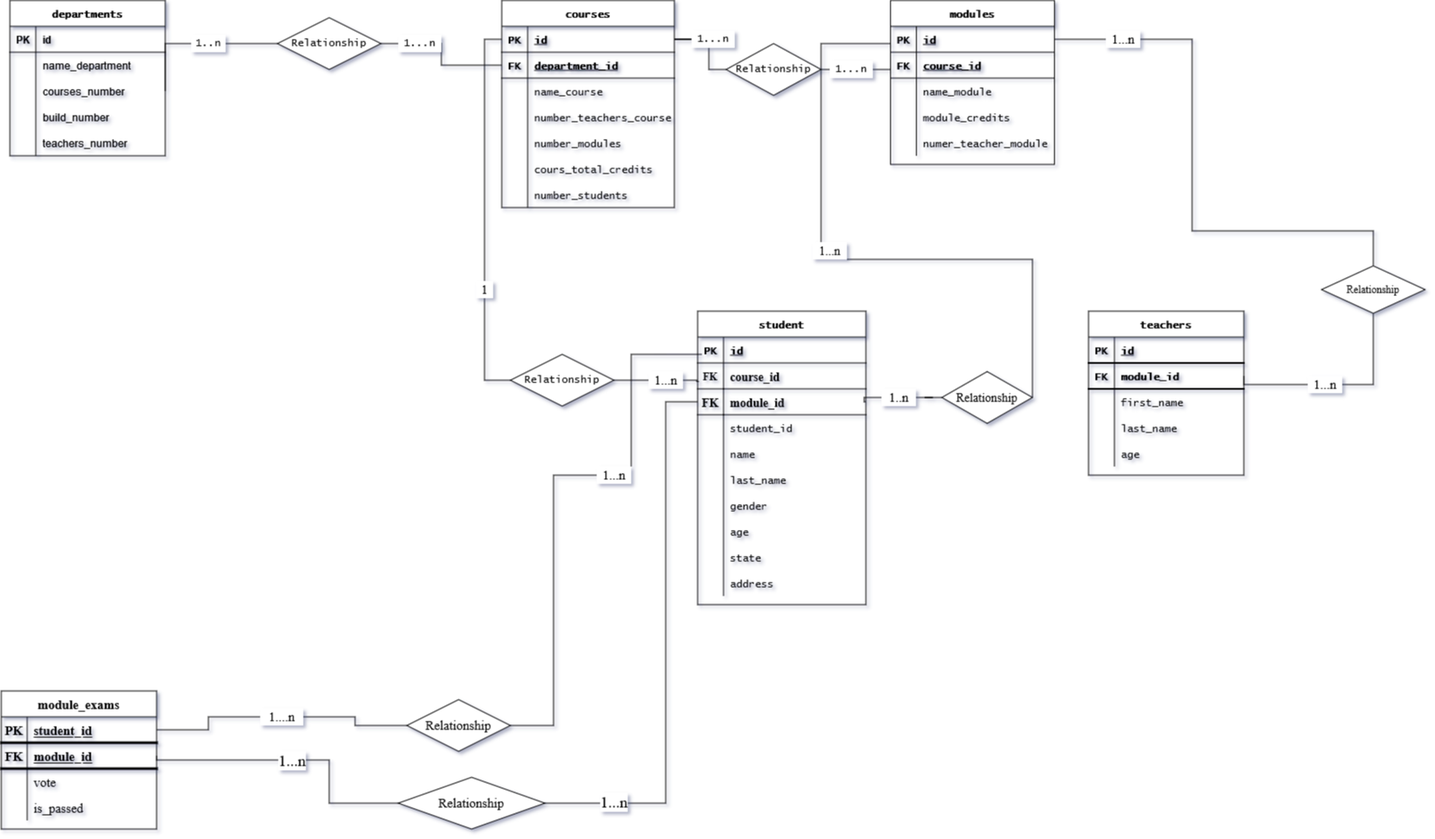
dona70909/db-university keeps this draw.io diagram as img/uni_db.png. Above is the earlier version. Source tidied: cells renumbered, new cells last; positions are measured from the earlier drawing's top-left corner, leaving out a move shared by most shapes.
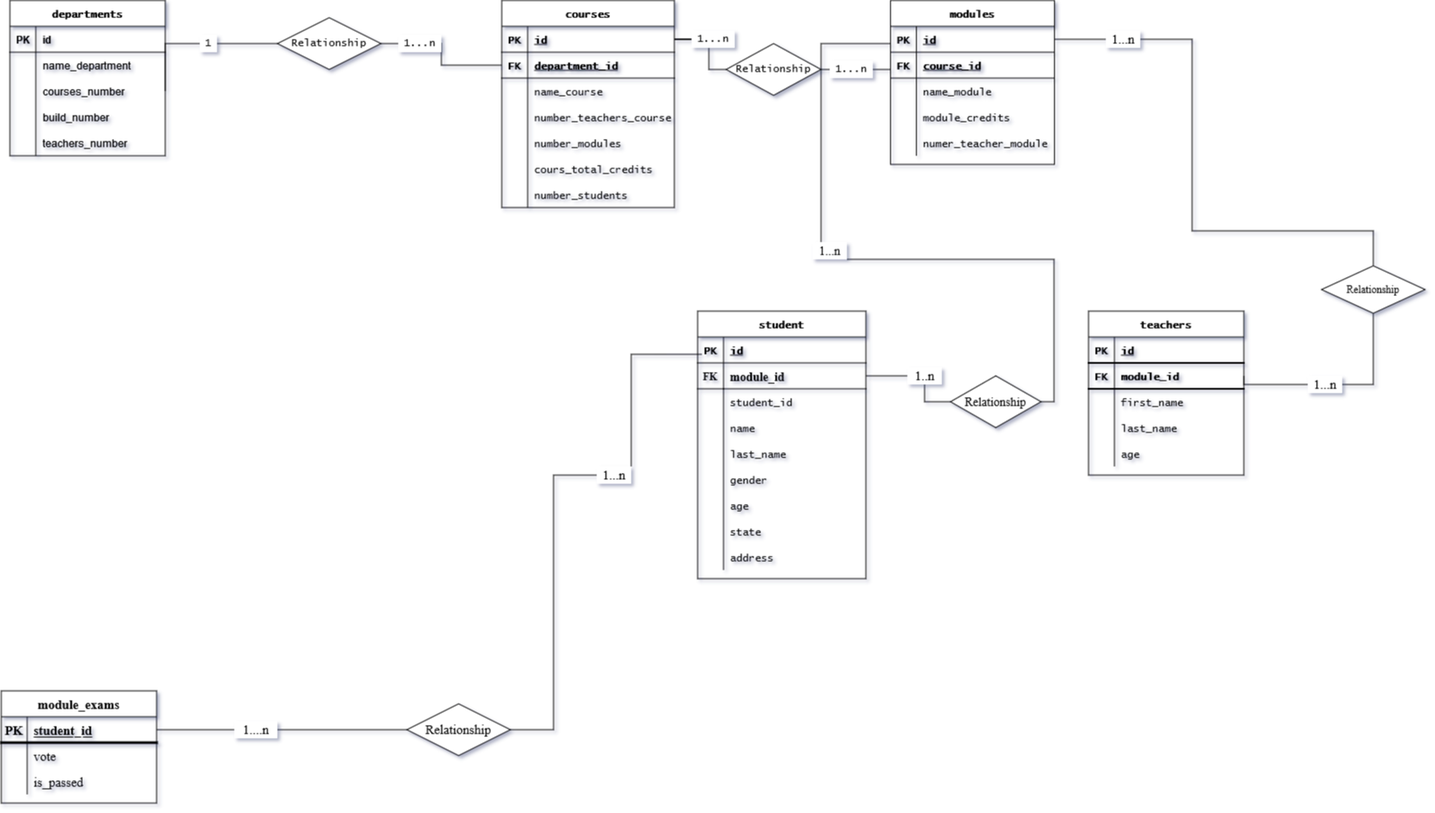
Later version of the same file.

The edit, as a diff of the source:
```diff
@@ -247,3 +247,3 @@
     <mxCell id="80" value="student" style="shape=table;startSize=30;rowLines=0;fontStyle=1;align=center;labelBackgroundColor=none;labelBorderColor=none;sketch=0;fontFamily=Lucida Console;strokeWidth=1;html=0;" parent="1" vertex="1">
-      <mxGeometry x="807" y="360" width="195" height="340" as="geometry" />
+      <mxGeometry x="807" y="360" width="195" height="310" as="geometry" />
     </mxCell>
@@ -264,16 +264,7 @@
     </mxCell>
-    <mxCell id="86" value="course_id" style="shape=partialRectangle;fillColor=none;top=0;left=0;bottom=1;right=0;align=left;spacingLeft=6;overflow=hidden;labelBackgroundColor=none;labelBorderColor=none;sketch=0;fontFamily=Times New Roman;strokeWidth=1;html=0;fontStyle=1;fontSize=14;" parent="84" vertex="1">
+    <mxCell id="86" value="module_id" style="shape=partialRectangle;fillColor=none;top=0;left=0;bottom=1;right=0;align=left;spacingLeft=6;overflow=hidden;labelBackgroundColor=none;labelBorderColor=none;sketch=0;fontFamily=Times New Roman;strokeWidth=1;html=0;fontStyle=1;fontSize=14;" parent="84" vertex="1">
       <mxGeometry x="30" width="165" height="30" as="geometry" />
     </mxCell>
-    <mxCell id="87" style="shape=tableRow;horizontal=0;startSize=0;swimlaneHead=0;swimlaneBody=0;fillColor=none;points=[[0,0.5],[1,0.5]];portConstraint=eastwest;top=0;left=0;right=0;bottom=0;labelBackgroundColor=none;labelBorderColor=none;sketch=0;fontFamily=Lucida Console;strokeWidth=1;html=0;" parent="80" vertex="1">
-      <mxGeometry y="90" width="195" height="30" as="geometry" />
-    </mxCell>
-    <mxCell id="88" value="FK" style="shape=partialRectangle;fillColor=none;top=0;left=0;bottom=1;right=0;overflow=hidden;labelBackgroundColor=none;labelBorderColor=none;sketch=0;fontFamily=Times New Roman;strokeWidth=1;html=0;fontSize=14;fontStyle=1;" parent="87" vertex="1">
-      <mxGeometry width="30" height="30" as="geometry" />
-    </mxCell>
-    <mxCell id="89" value="module_id" style="shape=partialRectangle;fillColor=none;top=0;left=0;bottom=1;right=0;align=left;spacingLeft=6;overflow=hidden;labelBackgroundColor=none;labelBorderColor=none;sketch=0;fontFamily=Times New Roman;strokeWidth=1;html=0;fontStyle=1;fontSize=14;" parent="87" vertex="1">
-      <mxGeometry x="30" width="165" height="30" as="geometry" />
-    </mxCell>
     <mxCell id="90" style="shape=tableRow;horizontal=0;startSize=0;swimlaneHead=0;swimlaneBody=0;fillColor=none;top=0;left=0;right=0;bottom=0;labelBackgroundColor=none;labelBorderColor=none;sketch=0;fontFamily=Lucida Console;strokeWidth=1;html=0;" parent="80" vertex="1">
-      <mxGeometry y="120" width="195" height="30" as="geometry" />
+      <mxGeometry y="90" width="195" height="30" as="geometry" />
     </mxCell>
@@ -286,3 +277,3 @@
     <mxCell id="93" style="shape=tableRow;horizontal=0;startSize=0;swimlaneHead=0;swimlaneBody=0;fillColor=none;top=0;left=0;right=0;bottom=0;labelBackgroundColor=none;labelBorderColor=none;sketch=0;fontFamily=Lucida Console;strokeWidth=1;html=0;" parent="80" vertex="1">
-      <mxGeometry y="150" width="195" height="30" as="geometry" />
+      <mxGeometry y="120" width="195" height="30" as="geometry" />
     </mxCell>
@@ -295,3 +286,3 @@
     <mxCell id="96" style="shape=tableRow;horizontal=0;startSize=0;swimlaneHead=0;swimlaneBody=0;fillColor=none;top=0;left=0;right=0;bottom=0;labelBackgroundColor=none;labelBorderColor=none;sketch=0;fontFamily=Lucida Console;strokeWidth=1;html=0;" parent="80" vertex="1">
-      <mxGeometry y="180" width="195" height="30" as="geometry" />
+      <mxGeometry y="150" width="195" height="30" as="geometry" />
     </mxCell>
@@ -304,3 +295,3 @@
     <mxCell id="99" style="shape=tableRow;horizontal=0;startSize=0;swimlaneHead=0;swimlaneBody=0;fillColor=none;top=0;left=0;right=0;bottom=0;labelBackgroundColor=none;labelBorderColor=none;sketch=0;fontFamily=Lucida Console;strokeWidth=1;html=0;" parent="80" vertex="1">
-      <mxGeometry y="210" width="195" height="30" as="geometry" />
+      <mxGeometry y="180" width="195" height="30" as="geometry" />
     </mxCell>
@@ -313,3 +304,3 @@
     <mxCell id="102" style="shape=tableRow;horizontal=0;startSize=0;swimlaneHead=0;swimlaneBody=0;fillColor=none;top=0;left=0;right=0;bottom=0;labelBackgroundColor=none;labelBorderColor=none;sketch=0;fontFamily=Lucida Console;strokeWidth=1;html=0;" parent="80" vertex="1">
-      <mxGeometry y="240" width="195" height="30" as="geometry" />
+      <mxGeometry y="210" width="195" height="30" as="geometry" />
     </mxCell>
@@ -322,3 +313,3 @@
     <mxCell id="105" style="shape=tableRow;horizontal=0;startSize=0;swimlaneHead=0;swimlaneBody=0;fillColor=none;top=0;left=0;right=0;bottom=0;labelBackgroundColor=none;labelBorderColor=none;sketch=0;fontFamily=Lucida Console;strokeWidth=1;html=0;" parent="80" vertex="1">
-      <mxGeometry y="270" width="195" height="30" as="geometry" />
+      <mxGeometry y="240" width="195" height="30" as="geometry" />
     </mxCell>
@@ -331,3 +322,3 @@
     <mxCell id="108" style="shape=tableRow;horizontal=0;startSize=0;swimlaneHead=0;swimlaneBody=0;fillColor=none;top=0;left=0;right=0;bottom=0;labelBackgroundColor=none;labelBorderColor=none;sketch=0;fontFamily=Lucida Console;strokeWidth=1;html=0;" parent="80" vertex="1">
-      <mxGeometry y="300" width="195" height="30" as="geometry" />
+      <mxGeometry y="270" width="195" height="30" as="geometry" />
     </mxCell>
@@ -339,19 +330,2 @@
     </mxCell>
-    <mxCell id="111" style="edgeStyle=orthogonalEdgeStyle;rounded=0;jettySize=auto;html=1;fontFamily=Lucida Console;endArrow=none;endFill=0;entryX=0.008;entryY=0.713;entryDx=0;entryDy=0;entryPerimeter=0;startArrow=none;" parent="1" edge="1" source="123" target="84">
-      <mxGeometry relative="1" as="geometry">
-        <Array as="points">
-          <mxPoint x="806" y="440" />
-        </Array>
-      </mxGeometry>
-    </mxCell>
-    <mxCell id="112" style="edgeStyle=orthogonalEdgeStyle;rounded=0;jettySize=auto;html=1;exitX=1;exitY=0.5;exitDx=0;exitDy=0;entryX=0.007;entryY=0.432;entryDx=0;entryDy=0;entryPerimeter=0;fontFamily=Times New Roman;fontSize=14;endArrow=none;endFill=0;" parent="1" edge="1" source="113" target="123">
-      <mxGeometry relative="1" as="geometry">
-        <Array as="points">
-          <mxPoint x="750" y="440" />
-        </Array>
-      </mxGeometry>
-    </mxCell>
-    <mxCell id="113" value="Relationship" style="shape=rhombus;perimeter=rhombusPerimeter;whiteSpace=wrap;html=1;align=center;labelBackgroundColor=none;labelBorderColor=none;sketch=0;fontFamily=Lucida Console;strokeWidth=1;" parent="1" vertex="1">
-      <mxGeometry x="590" y="410" width="120" height="60" as="geometry" />
-    </mxCell>
     <mxCell id="114" style="edgeStyle=orthogonalEdgeStyle;rounded=0;jettySize=auto;html=1;fontFamily=Times New Roman;endArrow=none;endFill=0;entryX=1;entryY=0.5;entryDx=0;entryDy=0;startArrow=none;" parent="1" edge="1" source="119" target="45">
@@ -369,3 +343,3 @@
     </mxCell>
-    <mxCell id="117" style="edgeStyle=orthogonalEdgeStyle;rounded=0;jettySize=auto;html=1;entryX=1;entryY=0.5;entryDx=0;entryDy=0;fontFamily=Times New Roman;fontSize=14;endArrow=none;endFill=0;startArrow=none;" parent="1" edge="1" source="132" target="87">
+    <mxCell id="117" style="edgeStyle=orthogonalEdgeStyle;rounded=0;jettySize=auto;html=1;entryX=1;entryY=0.5;entryDx=0;entryDy=0;fontFamily=Times New Roman;fontSize=14;endArrow=none;endFill=0;startArrow=none;" parent="1" edge="1" source="132" target="x">
       <mxGeometry relative="1" as="geometry" />
@@ -373,3 +347,3 @@
     <mxCell id="118" value="Relationship" style="shape=rhombus;perimeter=rhombusPerimeter;whiteSpace=wrap;html=1;align=center;labelBackgroundColor=none;labelBorderColor=none;sketch=0;fontFamily=Times New Roman;fontSize=14;strokeWidth=1;" parent="1" vertex="1">
-      <mxGeometry x="1090" y="430" width="105" height="60" as="geometry" />
+      <mxGeometry x="1100" y="435" width="105" height="60" as="geometry" />
     </mxCell>
@@ -396,18 +370,2 @@
     </mxCell>
-    <mxCell id="123" value="1...n" style="text;html=1;align=center;verticalAlign=middle;points=[];strokeColor=none;fillColor=default;fontFamily=Times New Roman;fontSize=15;" parent="1" vertex="1">
-      <mxGeometry x="750" y="430" width="40" height="20" as="geometry" />
-    </mxCell>
-    <mxCell id="124" style="edgeStyle=orthogonalEdgeStyle;rounded=0;jettySize=auto;html=1;entryX=0;entryY=0.5;entryDx=0;entryDy=0;fontFamily=Times New Roman;fontSize=14;endArrow=none;endFill=0;" parent="1" edge="1" source="126" target="113">
-      <mxGeometry relative="1" as="geometry">
-        <Array as="points">
-          <mxPoint x="560" y="440" />
-        </Array>
-      </mxGeometry>
-    </mxCell>
-    <mxCell id="125" style="edgeStyle=orthogonalEdgeStyle;rounded=0;jettySize=auto;html=1;entryX=0;entryY=0.5;entryDx=0;entryDy=0;fontFamily=Times New Roman;fontSize=14;endArrow=none;endFill=0;" parent="1" edge="1" source="126" target="19">
-      <mxGeometry relative="1" as="geometry" />
-    </mxCell>
-    <mxCell id="126" value="1" style="text;html=1;align=center;verticalAlign=middle;points=[];strokeColor=none;fillColor=default;fontFamily=Times New Roman;strokeWidth=3;fontSize=15;" parent="1" vertex="1">
-      <mxGeometry x="550" y="325" width="20" height="20" as="geometry" />
-    </mxCell>
     <mxCell id="127" style="edgeStyle=orthogonalEdgeStyle;rounded=0;jettySize=auto;html=1;entryX=0;entryY=0.5;entryDx=0;entryDy=0;fontFamily=Times New Roman;fontSize=14;endArrow=none;endFill=0;" parent="1" edge="1" source="128" target="42">
@@ -415,4 +373,4 @@
     </mxCell>
-    <mxCell id="128" value="1..n" style="text;html=1;align=center;verticalAlign=middle;points=[];strokeColor=none;fillColor=default;fontFamily=Lucida Console;" parent="1" vertex="1">
-      <mxGeometry x="220" y="40" width="40" height="20" as="geometry" />
+    <mxCell id="128" value="1" style="text;html=1;align=center;verticalAlign=middle;points=[];strokeColor=none;fillColor=default;fontFamily=Lucida Console;" parent="1" vertex="1">
+      <mxGeometry x="230" y="40" width="20" height="20" as="geometry" />
     </mxCell>
@@ -429,9 +387,16 @@
     <mxCell id="131" style="edgeStyle=orthogonalEdgeStyle;rounded=0;jettySize=auto;html=1;entryX=0;entryY=0.5;entryDx=0;entryDy=0;fontFamily=Times New Roman;fontSize=15;endArrow=none;endFill=0;" parent="1" edge="1" source="132" target="118">
-      <mxGeometry relative="1" as="geometry" />
+      <mxGeometry relative="1" as="geometry">
+        <Array as="points">
+          <mxPoint x="1070" y="465" />
+        </Array>
+      </mxGeometry>
     </mxCell>
+    <mxCell id="161" style="edgeStyle=orthogonalEdgeStyle;rounded=0;jettySize=auto;html=1;entryX=1;entryY=0.5;entryDx=0;entryDy=0;fontFamily=Times New Roman;fontSize=18;endArrow=none;endFill=0;" parent="1" edge="1" source="132" target="84">
+      <mxGeometry relative="1" as="geometry" />
+    </mxCell>
     <mxCell id="132" value="1..n" style="text;html=1;align=center;verticalAlign=middle;points=[];fontSize=15;fontFamily=Times New Roman;fillColor=default;" parent="1" vertex="1">
-      <mxGeometry x="1020" y="450" width="40" height="20" as="geometry" />
+      <mxGeometry x="1050" y="425" width="40" height="20" as="geometry" />
     </mxCell>
     <mxCell id="133" value="module_exams" style="shape=table;startSize=30;rowLines=0;fontStyle=1;align=center;labelBackgroundColor=none;labelBorderColor=none;sketch=0;fontFamily=Times New Roman;fontSize=15;strokeWidth=1;fillColor=default;html=0;" parent="1" vertex="1">
-      <mxGeometry y="800" width="180" height="160" as="geometry" />
+      <mxGeometry y="800" width="180" height="130" as="geometry" />
     </mxCell>
@@ -446,13 +411,4 @@
     </mxCell>
-    <mxCell id="137" style="shape=tableRow;horizontal=0;startSize=0;swimlaneHead=0;swimlaneBody=0;fillColor=none;points=[[0,0.5],[1,0.5]];portConstraint=eastwest;top=0;left=0;right=0;bottom=1;labelBackgroundColor=none;labelBorderColor=none;sketch=0;fontFamily=Times New Roman;fontSize=15;strokeWidth=3;html=0;" parent="133" vertex="1">
-      <mxGeometry y="60" width="180" height="30" as="geometry" />
-    </mxCell>
-    <mxCell id="138" value="FK" style="shape=partialRectangle;fillColor=none;top=0;left=0;bottom=0;right=0;fontStyle=1;overflow=hidden;labelBackgroundColor=none;labelBorderColor=none;sketch=0;fontFamily=Times New Roman;fontSize=15;strokeWidth=3;html=0;" parent="137" vertex="1">
-      <mxGeometry width="30" height="30" as="geometry" />
-    </mxCell>
-    <mxCell id="139" value="module_id" style="shape=partialRectangle;fillColor=none;top=0;left=0;bottom=0;right=0;align=left;spacingLeft=6;fontStyle=5;overflow=hidden;labelBackgroundColor=none;labelBorderColor=none;sketch=0;fontFamily=Times New Roman;fontSize=15;strokeWidth=1;html=0;" parent="137" vertex="1">
-      <mxGeometry x="30" width="150" height="30" as="geometry" />
-    </mxCell>
     <mxCell id="140" style="shape=tableRow;horizontal=0;startSize=0;swimlaneHead=0;swimlaneBody=0;fillColor=none;top=0;left=0;right=0;bottom=0;labelBackgroundColor=none;labelBorderColor=none;sketch=0;fontFamily=Times New Roman;fontSize=15;strokeWidth=3;html=0;" parent="133" vertex="1">
-      <mxGeometry y="90" width="180" height="30" as="geometry" />
+      <mxGeometry y="60" width="180" height="30" as="geometry" />
     </mxCell>
@@ -465,3 +421,3 @@
     <mxCell id="143" style="shape=tableRow;horizontal=0;startSize=0;swimlaneHead=0;swimlaneBody=0;fillColor=none;top=0;left=0;right=0;bottom=0;labelBackgroundColor=none;labelBorderColor=none;sketch=0;fontFamily=Times New Roman;fontSize=15;strokeWidth=3;html=0;" parent="133" vertex="1">
-      <mxGeometry y="120" width="180" height="30" as="geometry" />
+      <mxGeometry y="90" width="180" height="30" as="geometry" />
     </mxCell>
@@ -477,6 +433,6 @@
     <mxCell id="147" value="Relationship" style="shape=rhombus;perimeter=rhombusPerimeter;whiteSpace=wrap;html=1;align=center;labelBackgroundColor=none;labelBorderColor=none;sketch=0;fontFamily=Times New Roman;fontSize=15;strokeWidth=1;fillColor=default;" parent="1" vertex="1">
-      <mxGeometry x="470" y="810" width="120" height="60" as="geometry" />
+      <mxGeometry x="470" y="815" width="120" height="60" as="geometry" />
     </mxCell>
     <mxCell id="148" value="1....n" style="text;html=1;align=center;verticalAlign=middle;points=[];strokeColor=none;fillColor=default;fontSize=15;fontFamily=Times New Roman;" parent="1" vertex="1">
-      <mxGeometry x="300" y="820" width="50" height="20" as="geometry" />
+      <mxGeometry x="270" y="835" width="50" height="20" as="geometry" />
     </mxCell>
@@ -498,28 +454,2 @@
     </mxCell>
-    <mxCell id="153" style="edgeStyle=orthogonalEdgeStyle;rounded=0;jettySize=auto;html=1;entryX=1;entryY=0.5;entryDx=0;entryDy=0;fontFamily=Times New Roman;fontSize=15;endArrow=none;endFill=0;" parent="1" edge="1" source="157" target="137">
-      <mxGeometry relative="1" as="geometry">
-        <Array as="points">
-          <mxPoint x="380" y="930" />
-          <mxPoint x="380" y="880" />
-          <mxPoint x="180" y="880" />
-        </Array>
-      </mxGeometry>
-    </mxCell>
-    <mxCell id="154" value="1...n" style="edgeLabel;html=1;align=center;verticalAlign=middle;fontSize=18;fontFamily=Times New Roman;" parent="153" vertex="1">
-      <mxGeometry x="0.03" y="1" relative="1" as="geometry" />
-    </mxCell>
-    <mxCell id="155" style="edgeStyle=orthogonalEdgeStyle;rounded=0;jettySize=auto;html=1;entryX=0;entryY=0.5;entryDx=0;entryDy=0;fontFamily=Times New Roman;fontSize=15;endArrow=none;endFill=0;" parent="1" edge="1" source="157" target="87">
-      <mxGeometry relative="1" as="geometry">
-        <Array as="points">
-          <mxPoint x="770" y="930" />
-          <mxPoint x="770" y="465" />
-        </Array>
-      </mxGeometry>
-    </mxCell>
-    <mxCell id="156" value="1...n" style="edgeLabel;html=1;align=center;verticalAlign=middle;fontSize=18;fontFamily=Times New Roman;" parent="155" vertex="1">
-      <mxGeometry x="-0.75" y="1" relative="1" as="geometry" />
-    </mxCell>
-    <mxCell id="157" value="Relationship" style="shape=rhombus;perimeter=rhombusPerimeter;whiteSpace=wrap;html=1;align=center;labelBackgroundColor=none;labelBorderColor=none;sketch=0;fontFamily=Times New Roman;fontSize=15;strokeWidth=1;fillColor=default;" parent="1" vertex="1">
-      <mxGeometry x="460" y="900" width="170" height="60" as="geometry" />
-    </mxCell>
     <mxCell id="158" style="edgeStyle=orthogonalEdgeStyle;rounded=0;jettySize=auto;html=1;entryX=1;entryY=0.5;entryDx=0;entryDy=0;fontFamily=Times New Roman;fontSize=18;endArrow=none;endFill=0;" parent="1" edge="1" source="160" target="118">
@@ -527,4 +457,4 @@
         <Array as="points">
-          <mxPoint x="960" y="300" />
-          <mxPoint x="1195" y="300" />
+          <mxPoint x="1220" y="300" />
+          <mxPoint x="1220" y="465" />
         </Array>
```
